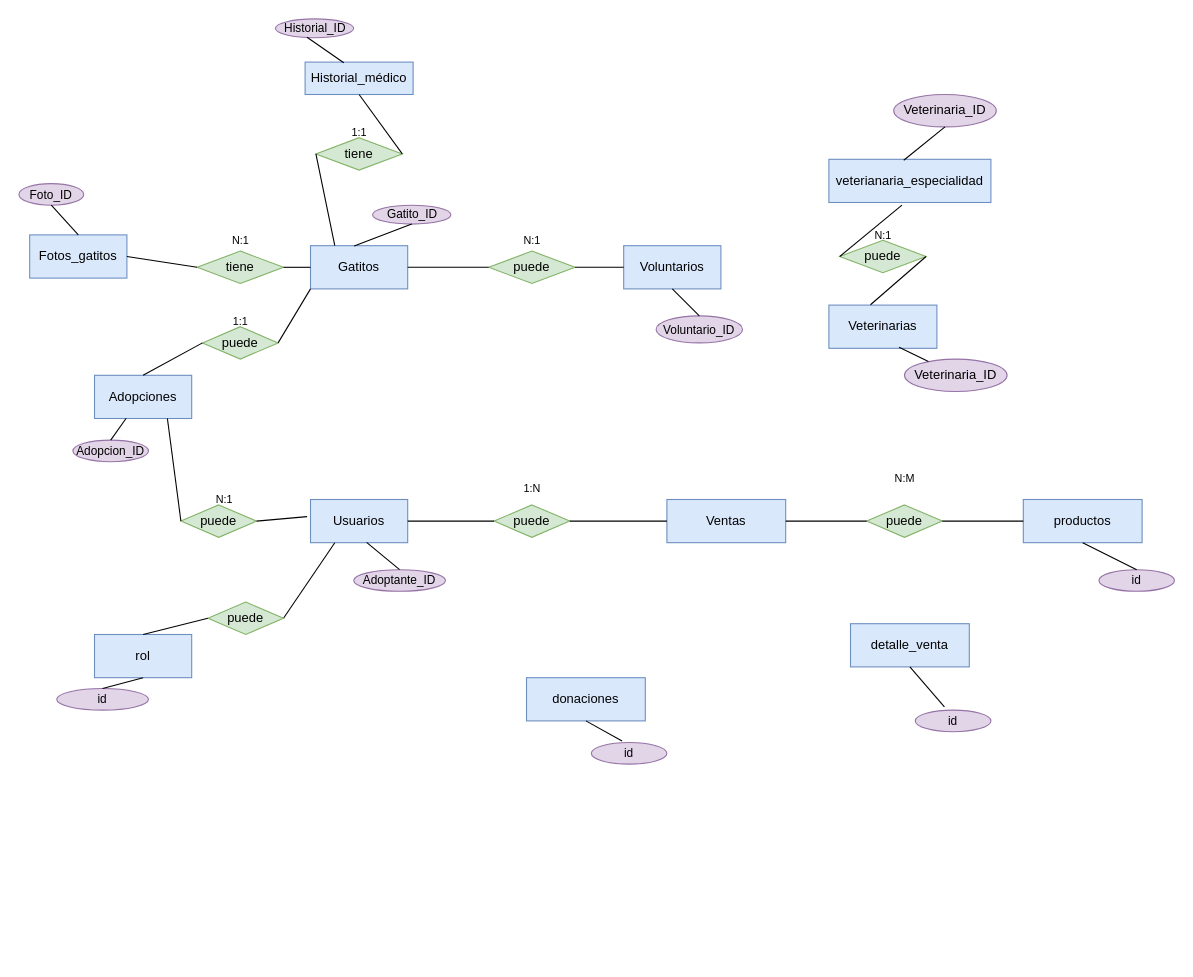
LorenaEsther/adopcion_gatitos keeps this draw.io diagram as Modelo_concep.drawio. Above is the earlier version. Source tidied: cells renumbered, new cells numbered last; positions are measured from the earlier drawing's top-left corner, leaving out a move shared by most shapes. Both pictures are drawn from the tidied source at 108%, with x=0, y=0 at pixel (18, 18).
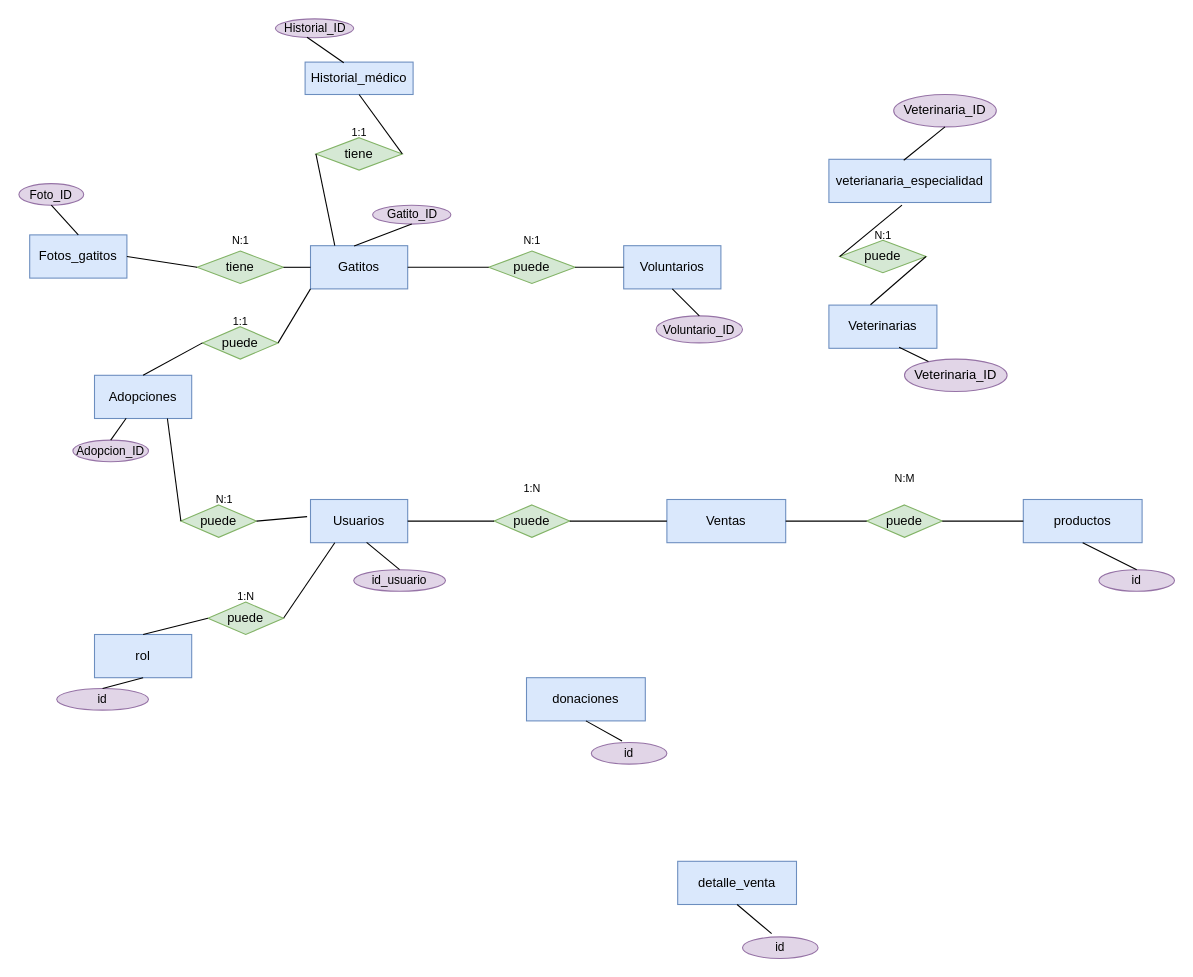
After the change.

Change to the diagram source:
```diff
@@
-    <mxCell id="20" value="&lt;font style=&quot;font-size: 11px;&quot;&gt;Adoptante_ID&lt;/font&gt;" style="ellipse;whiteSpace=wrap;html=1;align=center;fillColor=#e1d5e7;strokeColor=#9673a6;" parent="1" vertex="1">
+    <mxCell id="20" value="&lt;font style=&quot;font-size: 11px;&quot;&gt;id_usuario&lt;/font&gt;" style="ellipse;whiteSpace=wrap;html=1;align=center;fillColor=#e1d5e7;strokeColor=#9673a6;" parent="1" vertex="1">
       <mxGeometry x="310" y="510" width="85" height="20" as="geometry" />
     </mxCell>
@@
     <mxCell id="62" value="detalle_venta" style="rounded=0;whiteSpace=wrap;html=1;fillColor=#dae8fc;strokeColor=#6c8ebf;" parent="1" vertex="1">
-      <mxGeometry x="770" y="560" width="110" height="40" as="geometry" />
+      <mxGeometry x="610" y="780" width="110" height="40" as="geometry" />
     </mxCell>
     <mxCell id="63" value="&lt;span style=&quot;font-size: 11px;&quot;&gt;id&lt;/span&gt;" style="ellipse;whiteSpace=wrap;html=1;align=center;fillColor=#e1d5e7;strokeColor=#9673a6;" parent="1" vertex="1">
-      <mxGeometry x="830" y="640" width="70" height="20" as="geometry" />
+      <mxGeometry x="670" y="850" width="70" height="20" as="geometry" />
     </mxCell>
@@
+    <mxCell id="74" value="&lt;font style=&quot;font-size: 10px;&quot;&gt;1:N&lt;/font&gt;" style="text;html=1;align=center;verticalAlign=middle;strokeColor=none;fillColor=none;" parent="1" vertex="1">
+      <mxGeometry x="190" y="520" width="40" height="30" as="geometry" />
+    </mxCell>
```
